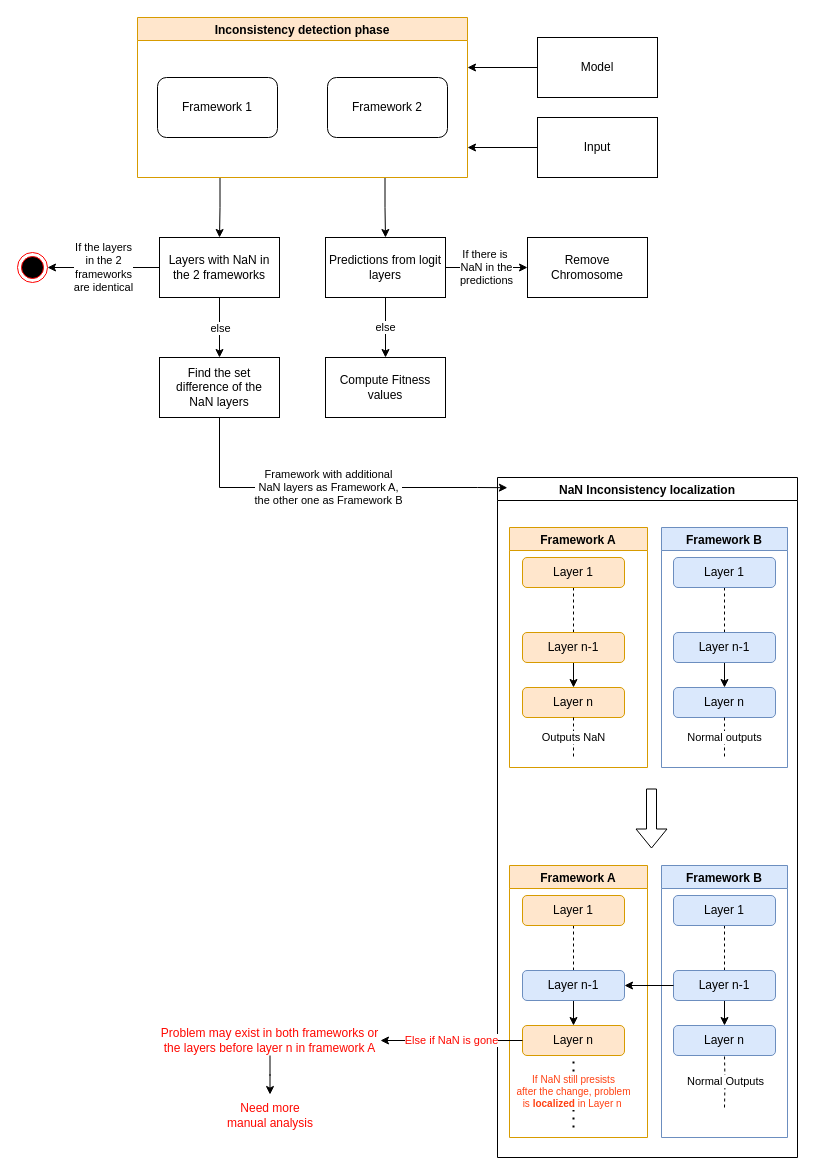
Earlier version of the draw.io diagram GA/dev_2/NaN_Inconsistency_detect.drawio (kelvinlyy/DCDT). Source tidied: cells renumbered, new cells numbered last; positions are measured from the earlier drawing's top-left corner, leaving out a move shared by most shapes. Both pictures are drawn from the tidied source at 100%, with x=0, y=0 at pixel (17, 17).
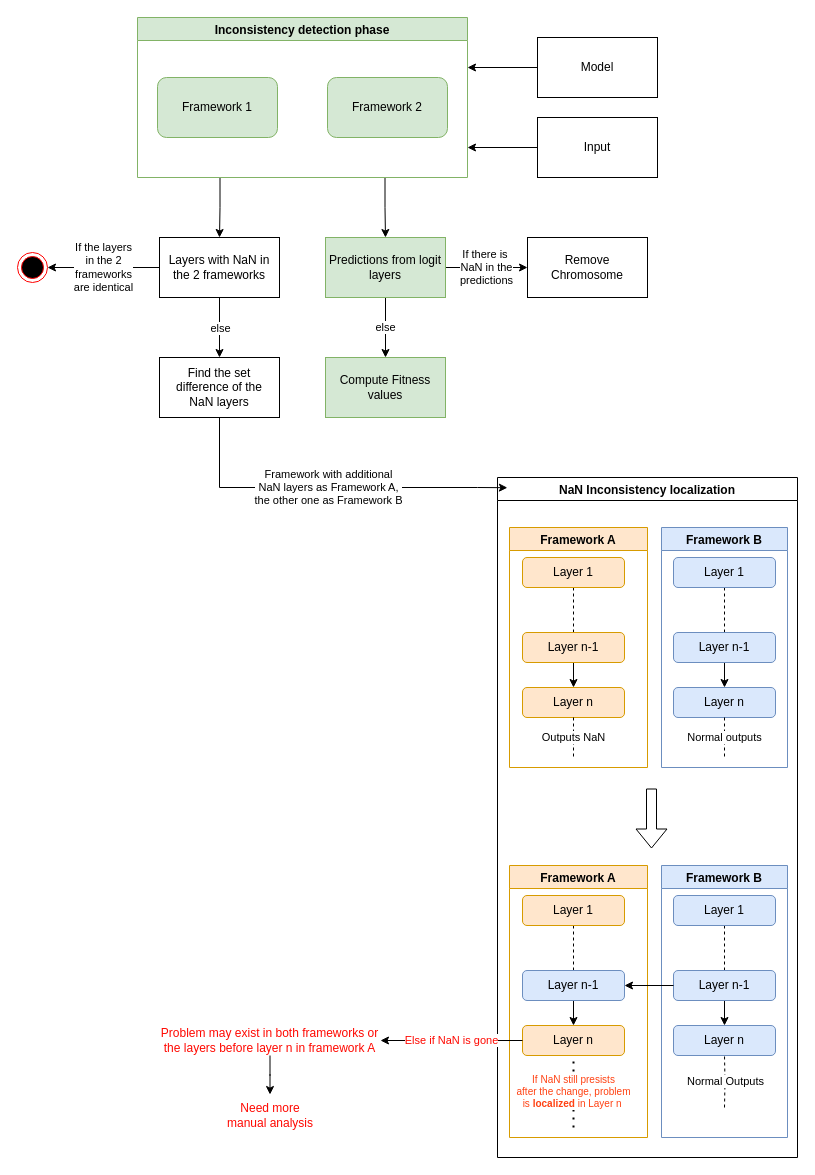
After the change.

Change to the diagram source:
```diff
@@
-    <mxCell id="32" value="Inconsistency detection phase" style="swimlane;fillColor=#ffe6cc;strokeColor=#d79b00;" parent="1" vertex="1">
+    <mxCell id="32" value="Inconsistency detection phase" style="swimlane;fillColor=#d5e8d4;strokeColor=#82b366;" parent="1" vertex="1">
       <mxGeometry x="120" width="330" height="160" as="geometry" />
     </mxCell>
-    <mxCell id="33" value="Framework 1" style="rounded=1;whiteSpace=wrap;html=1;" parent="32" vertex="1">
+    <mxCell id="33" value="Framework 1" style="rounded=1;whiteSpace=wrap;html=1;fillColor=#d5e8d4;strokeColor=#82b366;" parent="32" vertex="1">
       <mxGeometry x="20" y="60" width="120" height="60" as="geometry" />
     </mxCell>
-    <mxCell id="34" value="Framework 2" style="rounded=1;whiteSpace=wrap;html=1;" parent="32" vertex="1">
+    <mxCell id="34" value="Framework 2" style="rounded=1;whiteSpace=wrap;html=1;fillColor=#d5e8d4;strokeColor=#82b366;" parent="32" vertex="1">
       <mxGeometry x="190" y="60" width="120" height="60" as="geometry" />
     </mxCell>
@@
-    <mxCell id="45" value="Predictions from logit layers" style="rounded=0;whiteSpace=wrap;html=1;" parent="1" vertex="1">
+    <mxCell id="45" value="Predictions from logit layers" style="rounded=0;whiteSpace=wrap;html=1;fillColor=#d5e8d4;strokeColor=#82b366;" parent="1" vertex="1">
       <mxGeometry x="308" y="220" width="120" height="60" as="geometry" />
     </mxCell>
-    <mxCell id="46" value="Compute Fitness values" style="whiteSpace=wrap;html=1;rounded=0;" parent="1" vertex="1">
+    <mxCell id="46" value="Compute Fitness values" style="whiteSpace=wrap;html=1;rounded=0;fillColor=#d5e8d4;strokeColor=#82b366;" parent="1" vertex="1">
       <mxGeometry x="308" y="340" width="120" height="60" as="geometry" />
     </mxCell>
```
